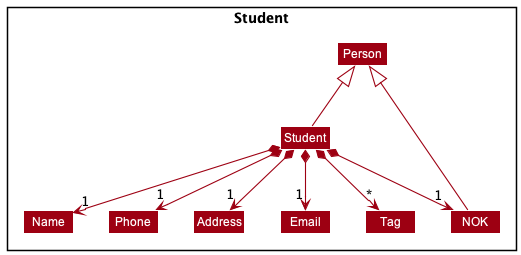
Before: docs/images/StudentModelClassDiagram.png, a diagram exported from PlantUML (softmagnet/tp).
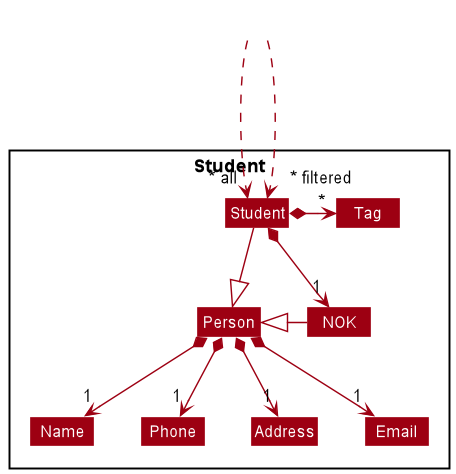
The same file after the commit.

The edit, as a diff of the source:
```diff
@@ -17,14 +17,18 @@
 
 }
 
-Person <|-- Student
-Person <|-- NOK
+Class HiddenOutside #FFFFFF
+HiddenOutside ...> " * all"Student
+HiddenOutside ...> " * filtered"Student
 
-Student *--> "1" Name
-Student *--> "1" Phone
-Student *--> "1" Email
-Student *--> "1" Address
-Student *--> "*" Tag
+Person <|-up- Student
+Person <|-right- NOK
+
+Person *--> "1" Name
+Person *--> "1" Phone
+Person *--> "1" Email
+Person *--> "1" Address
+Student *-right-> "*" Tag
 Student *--> "1" NOK
 
 
```
